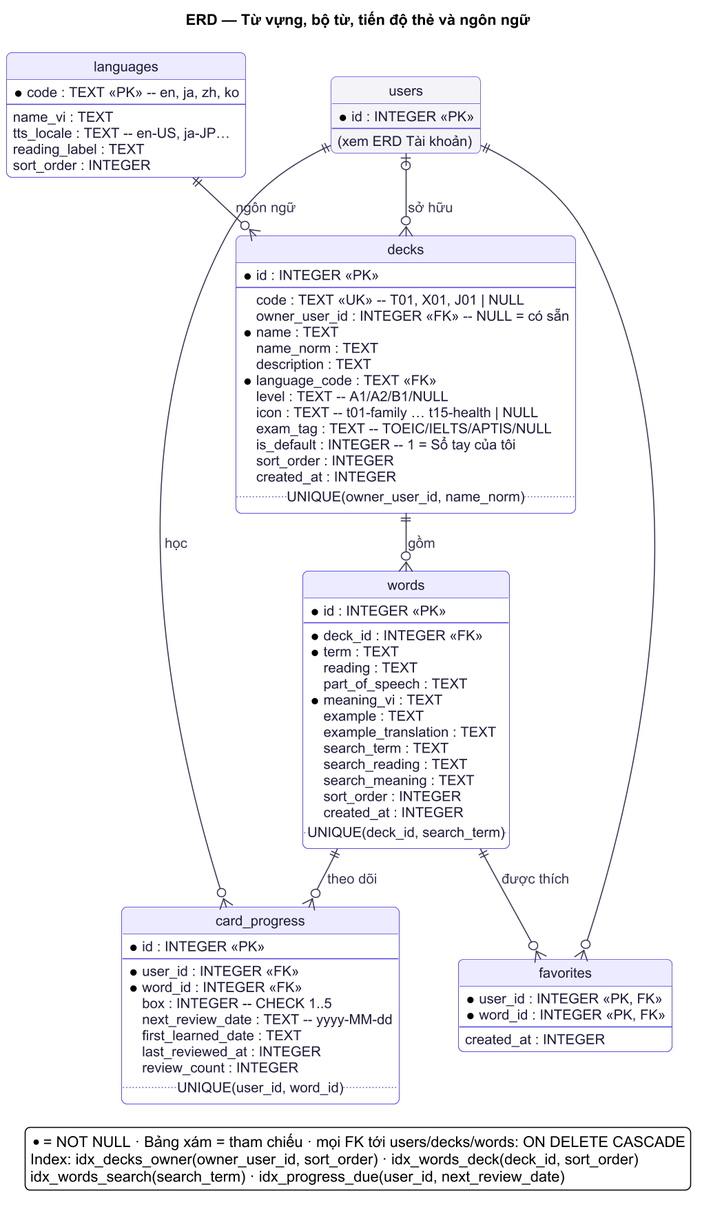
Earlier version of the PlantUML export docs/diagrams/erd/erd-vocabulary.png (at1308033-sketch/LearningE_app).
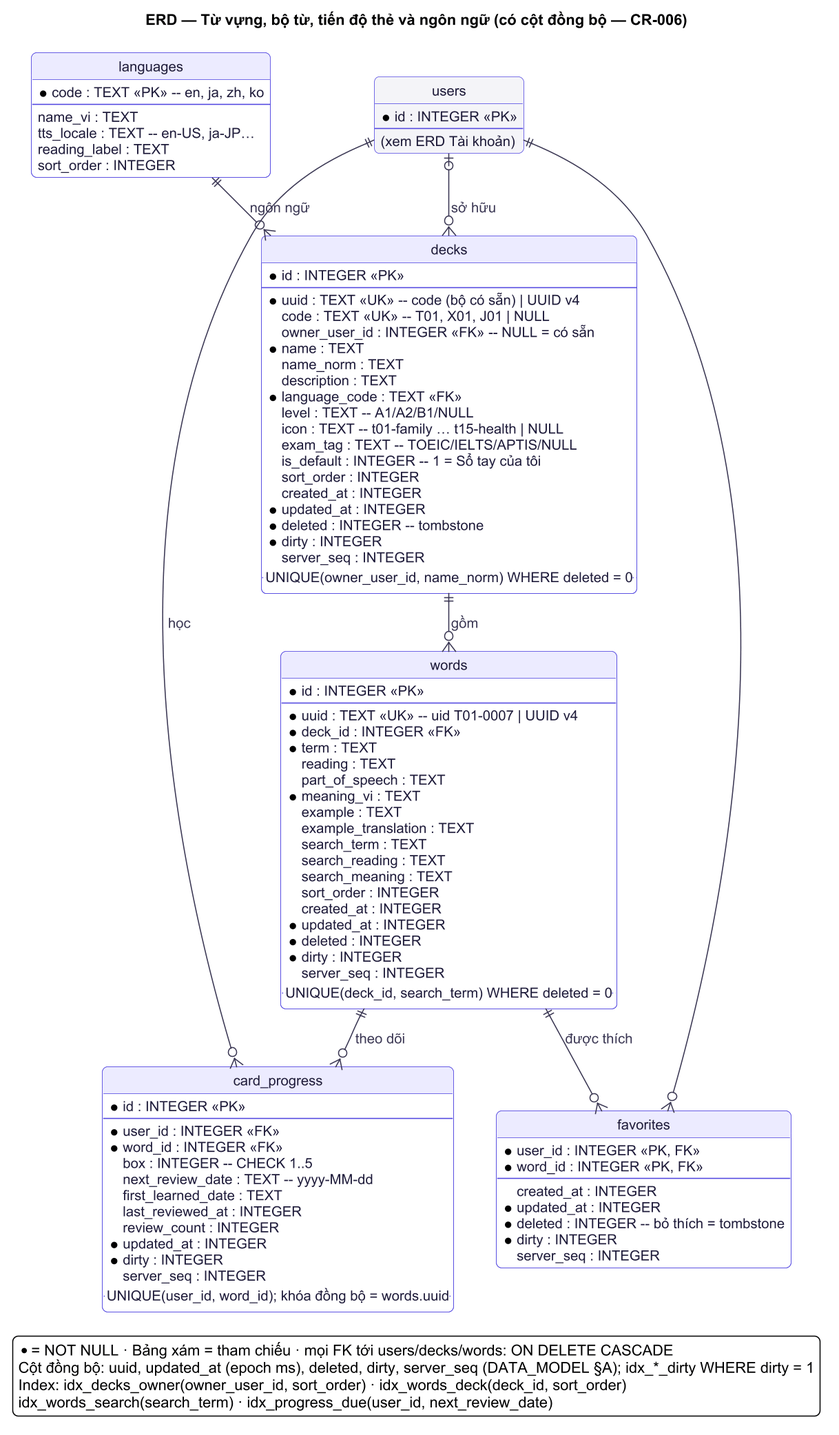
Later version of the same file.

Diff of the diagram source:
```diff
@@ -1,6 +1,6 @@
 @startuml
 !include ../_style.puml
-title ERD — Từ vựng, bộ từ, tiến độ thẻ và ngôn ngữ
+title ERD — Từ vựng, bộ từ, tiến độ thẻ và ngôn ngữ (có cột đồng bộ — CR-006)
 hide circle
 
 entity "users" as users #F4F4F8 {
@@ -21,6 +21,7 @@
 entity "decks" as decks {
   * id : INTEGER <<PK>>
   --
+  * uuid : TEXT <<UK>> -- code (bộ có sẵn) | UUID v4
   code : TEXT <<UK>> -- T01, X01, J01 | NULL
   owner_user_id : INTEGER <<FK>> -- NULL = có sẵn
   * name : TEXT
@@ -33,12 +34,17 @@
   is_default : INTEGER -- 1 = Sổ tay của tôi
   sort_order : INTEGER
   created_at : INTEGER
-  .. UNIQUE(owner_user_id, name_norm) ..
+  * updated_at : INTEGER
+  * deleted : INTEGER -- tombstone
+  * dirty : INTEGER
+  server_seq : INTEGER
+  .. UNIQUE(owner_user_id, name_norm) WHERE deleted = 0 ..
 }
 
 entity "words" as words {
   * id : INTEGER <<PK>>
   --
+  * uuid : TEXT <<UK>> -- uid T01-0007 | UUID v4
   * deck_id : INTEGER <<FK>>
   * term : TEXT
   reading : TEXT
@@ -51,7 +57,11 @@
   search_meaning : TEXT
   sort_order : INTEGER
   created_at : INTEGER
-  .. UNIQUE(deck_id, search_term) ..
+  * updated_at : INTEGER
+  * deleted : INTEGER
+  * dirty : INTEGER
+  server_seq : INTEGER
+  .. UNIQUE(deck_id, search_term) WHERE deleted = 0 ..
 }
 
 entity "card_progress" as cp {
@@ -64,7 +74,10 @@
   first_learned_date : TEXT
   last_reviewed_at : INTEGER
   review_count : INTEGER
-  .. UNIQUE(user_id, word_id) ..
+  * updated_at : INTEGER
+  * dirty : INTEGER
+  server_seq : INTEGER
+  .. UNIQUE(user_id, word_id); khóa đồng bộ = words.uuid ..
 }
 
 entity "favorites" as fav {
@@ -72,6 +85,10 @@
   * word_id : INTEGER <<PK, FK>>
   --
   created_at : INTEGER
+  * updated_at : INTEGER
+  * deleted : INTEGER -- bỏ thích = tombstone
+  * dirty : INTEGER
+  server_seq : INTEGER
 }
 
 users |o--o{ decks : "sở hữu"
@@ -84,6 +101,7 @@
 
 legend bottom
   * = NOT NULL · Bảng xám = tham chiếu · mọi FK tới users/decks/words: ON DELETE CASCADE
+  Cột đồng bộ: uuid, updated_at (epoch ms), deleted, dirty, server_seq (DATA_MODEL §A); idx_*_dirty WHERE dirty = 1
   Index: idx_decks_owner(owner_user_id, sort_order) · idx_words_deck(deck_id, sort_order)
   idx_words_search(search_term) · idx_progress_due(user_id, next_review_date)
 endlegend
```
